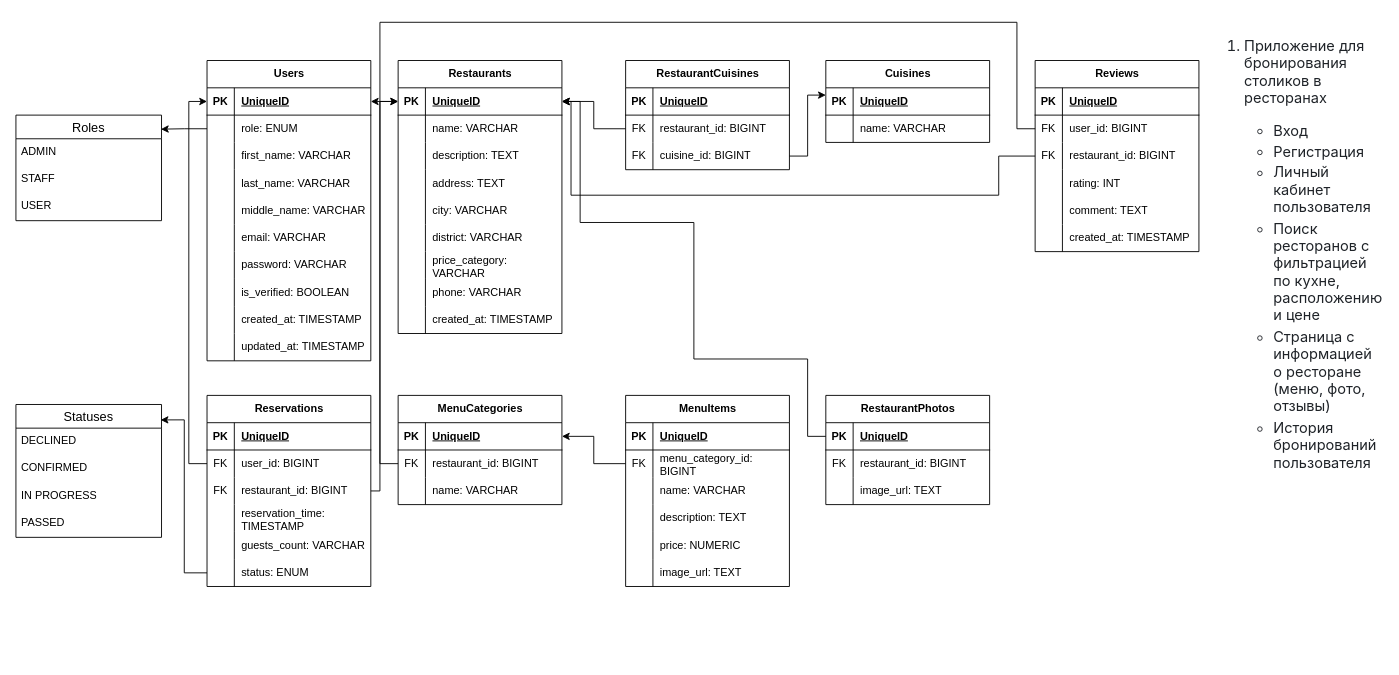
Above: БР2.1/Андронов Денис/homeworks/hw1/Andronov_hw1.drawio.xml in kantegory/ITMO-ACS-Backend-2026-C (draw.io), before the change. Source tidied: cells renumbered, new cells numbered last; positions are measured from the earlier drawing's top-left corner, leaving out a move shared by most shapes. Both pictures are drawn from the tidied source at 91%, with x=0, y=0 at pixel (15, 22).
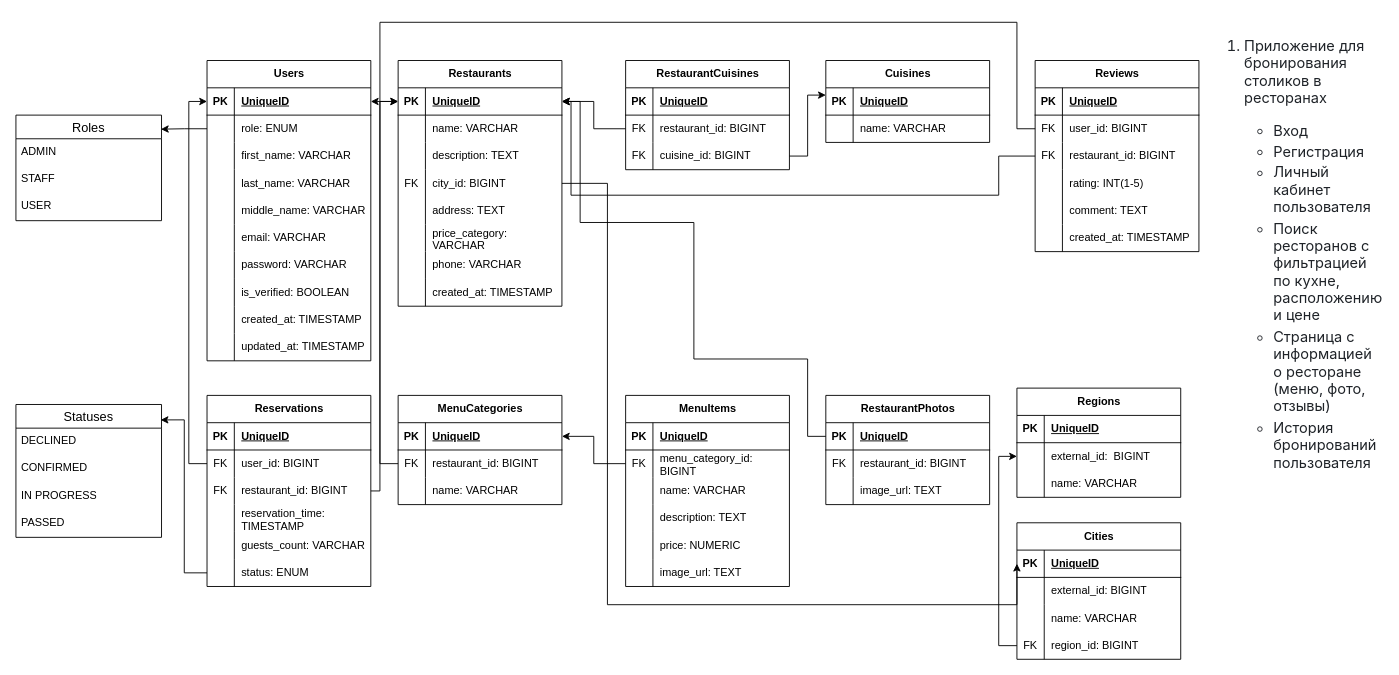
Above is the later version.

Commit message (it also covers changes not shown here):
uml and report fixed

The change refers to these unchanged cells:
```xml
<mxCell id="49" style="shape=tableRow;horizontal=0;startSize=0;swimlaneHead=0;swimlaneBody=0;fillColor=none;top=0;left=0;right=0;bottom=0;" parent="39" vertex="1">
  <mxGeometry y="120" width="180" height="30" as="geometry" />
</mxCell>
<mxCell id="52" style="shape=tableRow;horizontal=0;startSize=0;swimlaneHead=0;swimlaneBody=0;fillColor=none;top=0;left=0;right=0;bottom=0;" parent="39" vertex="1">
  <mxGeometry y="150" width="180" height="30" as="geometry" />
</mxCell>
<mxCell id="165" style="shape=tableRow;horizontal=0;startSize=0;swimlaneHead=0;swimlaneBody=0;fillColor=none;top=0;left=0;right=0;bottom=0;" parent="155" vertex="1">
  <mxGeometry y="120" width="180" height="30" as="geometry" />
</mxCell>
```

Change to the diagram source:
```diff
@@
+    <mxCell id="176" style="edgeStyle=orthogonalEdgeStyle;rounded=0;jettySize=auto;html=1;entryX=0;entryY=0.5;entryDx=0;entryDy=0;" parent="1" edge="1" source="39" target="190">
+      <mxGeometry relative="1" as="geometry">
+        <Array as="points">
+          <mxPoint x="650" y="177" />
+          <mxPoint x="650" y="640" />
+          <mxPoint x="1100" y="640" />
+        </Array>
+      </mxGeometry>
+    </mxCell>
     <mxCell id="39" value="Restaurants" style="shape=table;startSize=30;childLayout=tableLayout;rowLines=0;fontStyle=1;align=center;html=1;" parent="1" vertex="1">
-      <mxGeometry x="420" y="42" width="180" height="300" as="geometry" />
+      <mxGeometry x="420" y="42" width="180" height="270" as="geometry" />
     </mxCell>
@@
-    <mxCell id="50" style="shape=partialRectangle;fillColor=none;top=0;left=0;bottom=0;right=0;overflow=hidden;whiteSpace=wrap;html=1;" parent="49" vertex="1">
+    <mxCell id="50" value="FK" style="shape=partialRectangle;fillColor=none;top=0;left=0;bottom=0;right=0;overflow=hidden;whiteSpace=wrap;html=1;" parent="49" vertex="1">
       <mxGeometry width="30" height="30" as="geometry" />
     </mxCell>
-    <mxCell id="51" value="address: TEXT" style="shape=partialRectangle;fillColor=none;top=0;left=0;bottom=0;right=0;align=left;spacingLeft=6;overflow=hidden;whiteSpace=wrap;html=1;" parent="49" vertex="1">
+    <mxCell id="51" value="city_id: BIGINT" style="shape=partialRectangle;fillColor=none;top=0;left=0;bottom=0;right=0;align=left;spacingLeft=6;overflow=hidden;whiteSpace=wrap;html=1;" parent="49" vertex="1">
       <mxGeometry x="30" width="150" height="30" as="geometry" />
     </mxCell>
@@
-    <mxCell id="53" style="shape=partialRectangle;fillColor=none;top=0;left=0;bottom=0;right=0;overflow=hidden;whiteSpace=wrap;html=1;" parent="52" vertex="1">
-      <mxGeometry width="30" height="30" as="geometry" />
-    </mxCell>
-    <mxCell id="54" value="city: VARCHAR" style="shape=partialRectangle;fillColor=none;top=0;left=0;bottom=0;right=0;align=left;spacingLeft=6;overflow=hidden;whiteSpace=wrap;html=1;" parent="52" vertex="1">
-      <mxGeometry x="30" width="150" height="30" as="geometry" />
-    </mxCell>
-    <mxCell id="55" style="shape=tableRow;horizontal=0;startSize=0;swimlaneHead=0;swimlaneBody=0;fillColor=none;top=0;left=0;right=0;bottom=0;" parent="39" vertex="1">
-      <mxGeometry y="180" width="180" height="30" as="geometry" />
-    </mxCell>
-    <mxCell id="56" style="shape=partialRectangle;fillColor=none;top=0;left=0;bottom=0;right=0;overflow=hidden;whiteSpace=wrap;html=1;" parent="55" vertex="1">
-      <mxGeometry width="30" height="30" as="geometry" />
-    </mxCell>
-    <mxCell id="57" value="district: VARCHAR" style="shape=partialRectangle;fillColor=none;top=0;left=0;bottom=0;right=0;align=left;spacingLeft=6;overflow=hidden;whiteSpace=wrap;html=1;" parent="55" vertex="1">
-      <mxGeometry x="30" width="150" height="30" as="geometry" />
-    </mxCell>
+    <mxCell id="177" style="shape=partialRectangle;fillColor=none;top=0;left=0;bottom=0;right=0;overflow=hidden;whiteSpace=wrap;html=1;" parent="52" vertex="1">
+      <mxGeometry width="30" height="30" as="geometry" />
+    </mxCell>
+    <mxCell id="178" value="address: TEXT" style="shape=partialRectangle;fillColor=none;top=0;left=0;bottom=0;right=0;align=left;spacingLeft=6;overflow=hidden;whiteSpace=wrap;html=1;" parent="52" vertex="1">
+      <mxGeometry x="30" width="150" height="30" as="geometry" />
+    </mxCell>
     <mxCell id="58" style="shape=tableRow;horizontal=0;startSize=0;swimlaneHead=0;swimlaneBody=0;fillColor=none;top=0;left=0;right=0;bottom=0;" parent="39" vertex="1">
-      <mxGeometry y="210" width="180" height="30" as="geometry" />
+      <mxGeometry y="180" width="180" height="30" as="geometry" />
     </mxCell>
@@
     <mxCell id="61" style="shape=tableRow;horizontal=0;startSize=0;swimlaneHead=0;swimlaneBody=0;fillColor=none;top=0;left=0;right=0;bottom=0;" parent="39" vertex="1">
-      <mxGeometry y="240" width="180" height="30" as="geometry" />
+      <mxGeometry y="210" width="180" height="30" as="geometry" />
     </mxCell>
@@
     <mxCell id="64" style="shape=tableRow;horizontal=0;startSize=0;swimlaneHead=0;swimlaneBody=0;fillColor=none;top=0;left=0;right=0;bottom=0;" parent="39" vertex="1">
-      <mxGeometry y="270" width="180" height="30" as="geometry" />
+      <mxGeometry y="240" width="180" height="30" as="geometry" />
     </mxCell>
@@
-    <mxCell id="167" value="rating: INT" style="shape=partialRectangle;fillColor=none;top=0;left=0;bottom=0;right=0;align=left;spacingLeft=6;overflow=hidden;whiteSpace=wrap;html=1;" parent="165" vertex="1">
+    <mxCell id="167" value="rating: INT(1-5)" style="shape=partialRectangle;fillColor=none;top=0;left=0;bottom=0;right=0;align=left;spacingLeft=6;overflow=hidden;whiteSpace=wrap;html=1;" parent="165" vertex="1">
       <mxGeometry x="30" width="150" height="30" as="geometry" />
     </mxCell>
@@
+    <mxCell id="179" value="Regions" style="shape=table;startSize=30;childLayout=tableLayout;rowLines=0;fontStyle=1;align=center;html=1;" parent="1" vertex="1">
+      <mxGeometry x="1100" y="402" width="180" height="120" as="geometry" />
+    </mxCell>
+    <mxCell id="180" style="shape=tableRow;horizontal=0;startSize=0;swimlaneHead=0;swimlaneBody=0;fillColor=none;top=0;left=0;right=0;bottom=1;" parent="179" vertex="1">
+      <mxGeometry y="30" width="180" height="30" as="geometry" />
+    </mxCell>
+    <mxCell id="181" value="PK" style="shape=partialRectangle;fillColor=none;top=0;left=0;bottom=0;right=0;fontStyle=1;overflow=hidden;whiteSpace=wrap;html=1;" parent="180" vertex="1">
+      <mxGeometry width="30" height="30" as="geometry" />
+    </mxCell>
+    <mxCell id="182" value="UniqueID" style="shape=partialRectangle;fillColor=none;top=0;left=0;bottom=0;right=0;align=left;spacingLeft=6;fontStyle=5;overflow=hidden;whiteSpace=wrap;html=1;" parent="180" vertex="1">
+      <mxGeometry x="30" width="150" height="30" as="geometry" />
+    </mxCell>
+    <mxCell id="183" style="shape=tableRow;horizontal=0;startSize=0;swimlaneHead=0;swimlaneBody=0;fillColor=none;points=[[0,0.5],[1,0.5]];portConstraint=eastwest;top=0;left=0;right=0;bottom=0;" parent="179" vertex="1">
+      <mxGeometry y="60" width="180" height="30" as="geometry" />
+    </mxCell>
+    <mxCell id="184" style="shape=partialRectangle;fillColor=none;top=0;left=0;bottom=0;right=0;overflow=hidden;whiteSpace=wrap;html=1;" parent="183" vertex="1">
+      <mxGeometry width="30" height="30" as="geometry" />
+    </mxCell>
+    <mxCell id="185" value="external_id:&amp;nbsp; BIGINT" style="shape=partialRectangle;fillColor=none;top=0;left=0;bottom=0;right=0;align=left;spacingLeft=6;overflow=hidden;whiteSpace=wrap;html=1;" parent="183" vertex="1">
+      <mxGeometry x="30" width="150" height="30" as="geometry" />
+    </mxCell>
+    <mxCell id="186" style="shape=tableRow;horizontal=0;startSize=0;swimlaneHead=0;swimlaneBody=0;fillColor=none;top=0;left=0;right=0;bottom=0;" parent="179" vertex="1">
+      <mxGeometry y="90" width="180" height="30" as="geometry" />
+    </mxCell>
+    <mxCell id="187" style="shape=partialRectangle;fillColor=none;top=0;left=0;bottom=0;right=0;overflow=hidden;whiteSpace=wrap;html=1;" parent="186" vertex="1">
+      <mxGeometry width="30" height="30" as="geometry" />
+    </mxCell>
+    <mxCell id="188" value="name: VARCHAR" style="shape=partialRectangle;fillColor=none;top=0;left=0;bottom=0;right=0;align=left;spacingLeft=6;overflow=hidden;whiteSpace=wrap;html=1;" parent="186" vertex="1">
+      <mxGeometry x="30" width="150" height="30" as="geometry" />
+    </mxCell>
+    <mxCell id="189" value="Cities" style="shape=table;startSize=30;childLayout=tableLayout;rowLines=0;fontStyle=1;align=center;html=1;" parent="1" vertex="1">
+      <mxGeometry x="1100" y="550" width="180" height="150" as="geometry" />
+    </mxCell>
+    <mxCell id="190" style="shape=tableRow;horizontal=0;startSize=0;swimlaneHead=0;swimlaneBody=0;fillColor=none;points=[[0,0.5],[1,0.5]];portConstraint=eastwest;top=0;left=0;right=0;bottom=1;" parent="189" vertex="1">
+      <mxGeometry y="30" width="180" height="30" as="geometry" />
+    </mxCell>
+    <mxCell id="191" value="PK" style="shape=partialRectangle;fillColor=none;top=0;left=0;bottom=0;right=0;fontStyle=1;overflow=hidden;whiteSpace=wrap;html=1;" parent="190" vertex="1">
+      <mxGeometry width="30" height="30" as="geometry" />
+    </mxCell>
+    <mxCell id="192" value="UniqueID" style="shape=partialRectangle;fillColor=none;top=0;left=0;bottom=0;right=0;align=left;spacingLeft=6;fontStyle=5;overflow=hidden;whiteSpace=wrap;html=1;" parent="190" vertex="1">
+      <mxGeometry x="30" width="150" height="30" as="geometry" />
+    </mxCell>
+    <mxCell id="193" style="shape=tableRow;horizontal=0;startSize=0;swimlaneHead=0;swimlaneBody=0;fillColor=none;top=0;left=0;right=0;bottom=0;" parent="189" vertex="1">
+      <mxGeometry y="60" width="180" height="30" as="geometry" />
+    </mxCell>
+    <mxCell id="194" style="shape=partialRectangle;fillColor=none;top=0;left=0;bottom=0;right=0;overflow=hidden;whiteSpace=wrap;html=1;" parent="193" vertex="1">
+      <mxGeometry width="30" height="30" as="geometry" />
+    </mxCell>
+    <mxCell id="195" value="external_id: BIGINT" style="shape=partialRectangle;fillColor=none;top=0;left=0;bottom=0;right=0;align=left;spacingLeft=6;overflow=hidden;whiteSpace=wrap;html=1;" parent="193" vertex="1">
+      <mxGeometry x="30" width="150" height="30" as="geometry" />
+    </mxCell>
+    <mxCell id="196" style="shape=tableRow;horizontal=0;startSize=0;swimlaneHead=0;swimlaneBody=0;fillColor=none;top=0;left=0;right=0;bottom=0;" parent="189" vertex="1">
+      <mxGeometry y="90" width="180" height="30" as="geometry" />
+    </mxCell>
+    <mxCell id="197" style="shape=partialRectangle;fillColor=none;top=0;left=0;bottom=0;right=0;overflow=hidden;whiteSpace=wrap;html=1;" parent="196" vertex="1">
+      <mxGeometry width="30" height="30" as="geometry" />
+    </mxCell>
+    <mxCell id="198" value="name: VARCHAR" style="shape=partialRectangle;fillColor=none;top=0;left=0;bottom=0;right=0;align=left;spacingLeft=6;overflow=hidden;whiteSpace=wrap;html=1;" parent="196" vertex="1">
+      <mxGeometry x="30" width="150" height="30" as="geometry" />
+    </mxCell>
+    <mxCell id="199" style="shape=tableRow;horizontal=0;startSize=0;swimlaneHead=0;swimlaneBody=0;fillColor=none;points=[[0,0.5],[1,0.5]];portConstraint=eastwest;top=0;left=0;right=0;bottom=0;" parent="189" vertex="1">
+      <mxGeometry y="120" width="180" height="30" as="geometry" />
+    </mxCell>
+    <mxCell id="200" value="FK" style="shape=partialRectangle;fillColor=none;top=0;left=0;bottom=0;right=0;overflow=hidden;whiteSpace=wrap;html=1;" parent="199" vertex="1">
+      <mxGeometry width="30" height="30" as="geometry" />
+    </mxCell>
+    <mxCell id="201" value="region_id: BIGINT" style="shape=partialRectangle;fillColor=none;top=0;left=0;bottom=0;right=0;align=left;spacingLeft=6;overflow=hidden;whiteSpace=wrap;html=1;" parent="199" vertex="1">
+      <mxGeometry x="30" width="150" height="30" as="geometry" />
+    </mxCell>
+    <mxCell id="202" style="edgeStyle=orthogonalEdgeStyle;rounded=0;jettySize=auto;html=1;entryX=0;entryY=0.5;entryDx=0;entryDy=0;" parent="1" edge="1" source="199" target="183">
+      <mxGeometry relative="1" as="geometry" />
+    </mxCell>
```
